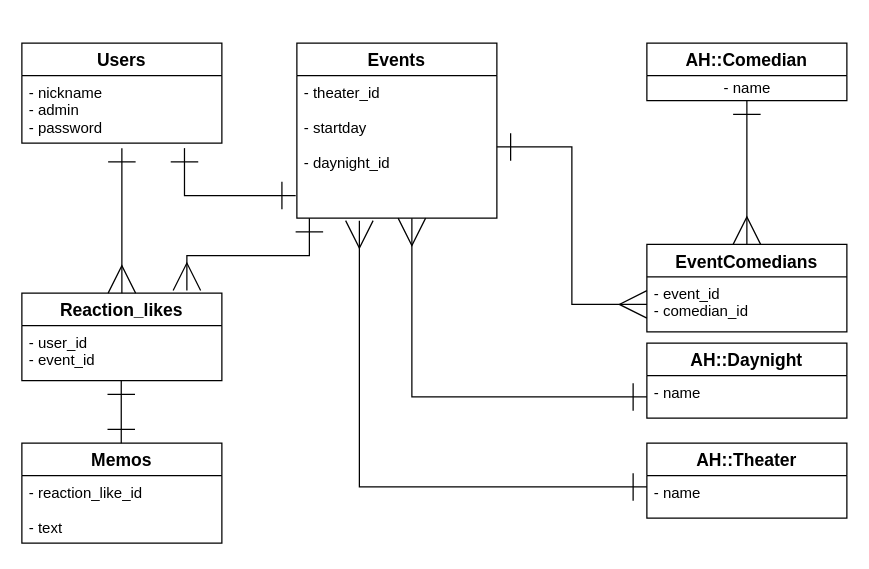
The draw.io diagram zabuton_dayori_new.dio in saotome88/zabuton_dayori, before the edit. Source tidied: cells renumbered, new cells numbered last; positions are measured from the earlier drawing's top-left corner, leaving out a move shared by most shapes. Both pictures are drawn from the tidied source at 125%, with x=0, y=0 at pixel (21, 42).
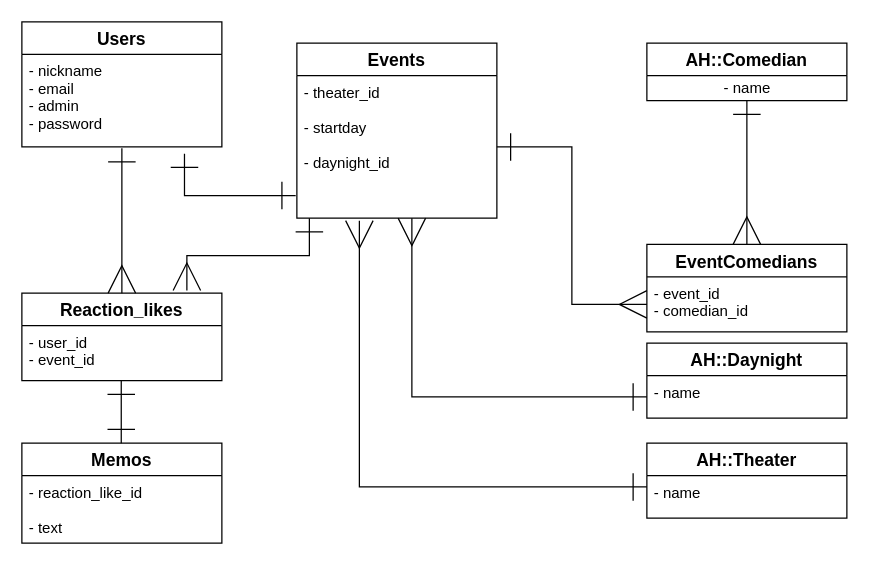
Above is the later version.

Commit message (it also covers changes not shown here):
README.mdの修正/ER図の修正

What changed in the source:
```diff
@@
     <mxCell id="2" value="Users" style="swimlane;fontStyle=1;horizontal=1;startSize=26;align=center;fontSize=14;" parent="1" vertex="1">
-      <mxGeometry width="160" height="80" as="geometry" />
+      <mxGeometry y="-17" width="160" height="100" as="geometry" />
     </mxCell>
-    <mxCell id="3" value="- nickname&#10;- admin&#10;- password" style="text;strokeColor=none;fillColor=none;spacingLeft=4;spacingRight=4;overflow=hidden;points=[[0,0.5],[1,0.5]];portConstraint=eastwest;fontSize=12;" parent="2" vertex="1">
-      <mxGeometry y="26" width="160" height="54" as="geometry" />
+    <mxCell id="3" value="- nickname&#10;- email&#10;- admin&#10;- password" style="text;strokeColor=none;fillColor=none;spacingLeft=4;spacingRight=4;overflow=hidden;points=[[0,0.5],[1,0.5]];portConstraint=eastwest;fontSize=12;" parent="2" vertex="1">
+      <mxGeometry y="26" width="160" height="74" as="geometry" />
     </mxCell>
```
